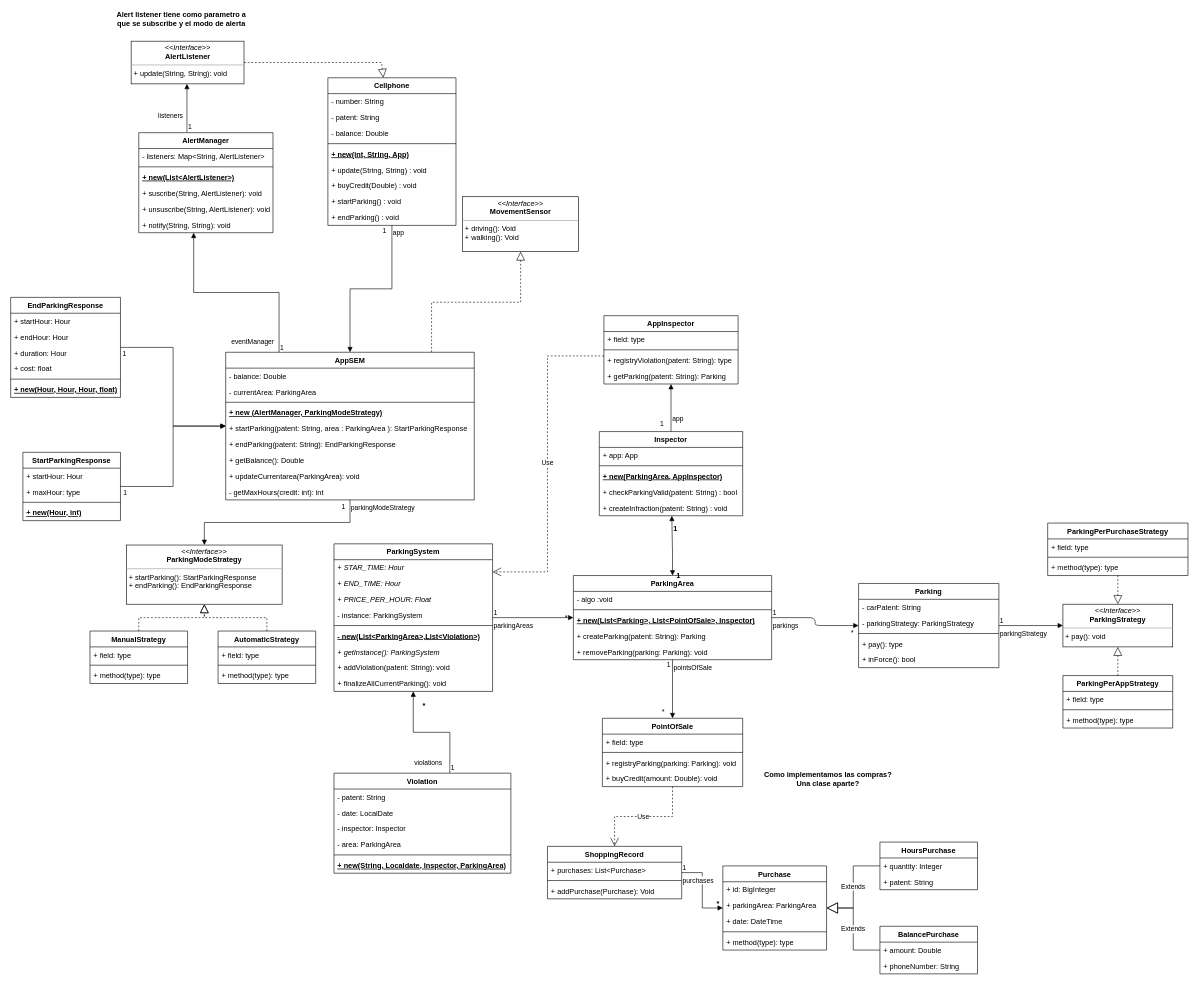
Before: tp-final.drawio in ramirez7358/tp-final-obj-2, a draw.io diagram. Source tidied: cells renumbered, new cells numbered last; positions are measured from the earlier drawing's top-left corner, leaving out a move shared by most shapes. Both pictures are drawn from the tidied source at 61%, with x=0, y=0 at pixel (10, 10).
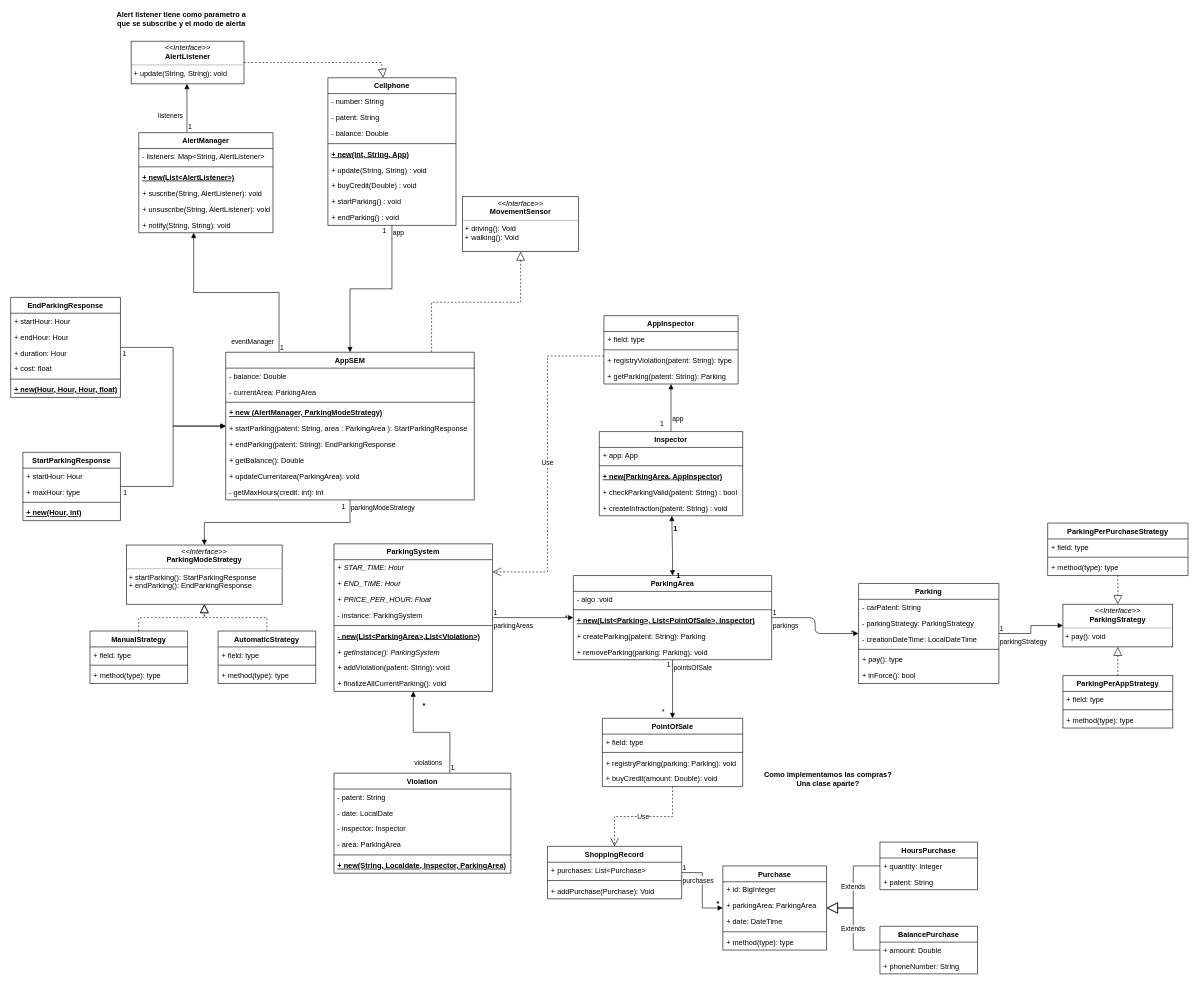
The same page after the edit.

What changed in the source:
```diff
@@
     <mxCell id="21" value="Parking" style="swimlane;fontStyle=1;align=center;verticalAlign=top;horizontal=1;startSize=26;" parent="1" vertex="1">
-      <mxGeometry x="1390" y="939" width="230" height="138" as="geometry" />
+      <mxGeometry x="1390" y="939" width="230" height="164" as="geometry" />
     </mxCell>
@@
+    <mxCell id="168" value="- creationDateTime: LocalDateTime" style="text;strokeColor=none;fillColor=none;align=left;verticalAlign=top;spacingLeft=4;spacingRight=4;overflow=hidden;" parent="21" vertex="1">
+      <mxGeometry y="78" width="230" height="26" as="geometry" />
+    </mxCell>
     <mxCell id="24" style="line;strokeWidth=1;fillColor=none;align=left;verticalAlign=middle;spacingTop=-1;spacingLeft=3;spacingRight=3;labelPosition=right;" parent="21" vertex="1">
-      <mxGeometry y="78" width="230" height="8" as="geometry" />
+      <mxGeometry y="104" width="230" height="8" as="geometry" />
     </mxCell>
     <mxCell id="25" value="+ pay(): type&#10;" style="text;strokeColor=none;fillColor=none;align=left;verticalAlign=top;spacingLeft=4;spacingRight=4;overflow=hidden;" parent="21" vertex="1">
-      <mxGeometry y="86" width="230" height="26" as="geometry" />
+      <mxGeometry y="112" width="230" height="26" as="geometry" />
     </mxCell>
     <mxCell id="26" value="+ inForce(): bool&#10;" style="text;strokeColor=none;fillColor=none;align=left;verticalAlign=top;spacingLeft=4;spacingRight=4;overflow=hidden;" parent="21" vertex="1">
-      <mxGeometry y="112" width="230" height="26" as="geometry" />
+      <mxGeometry y="138" width="230" height="26" as="geometry" />
     </mxCell>
```
